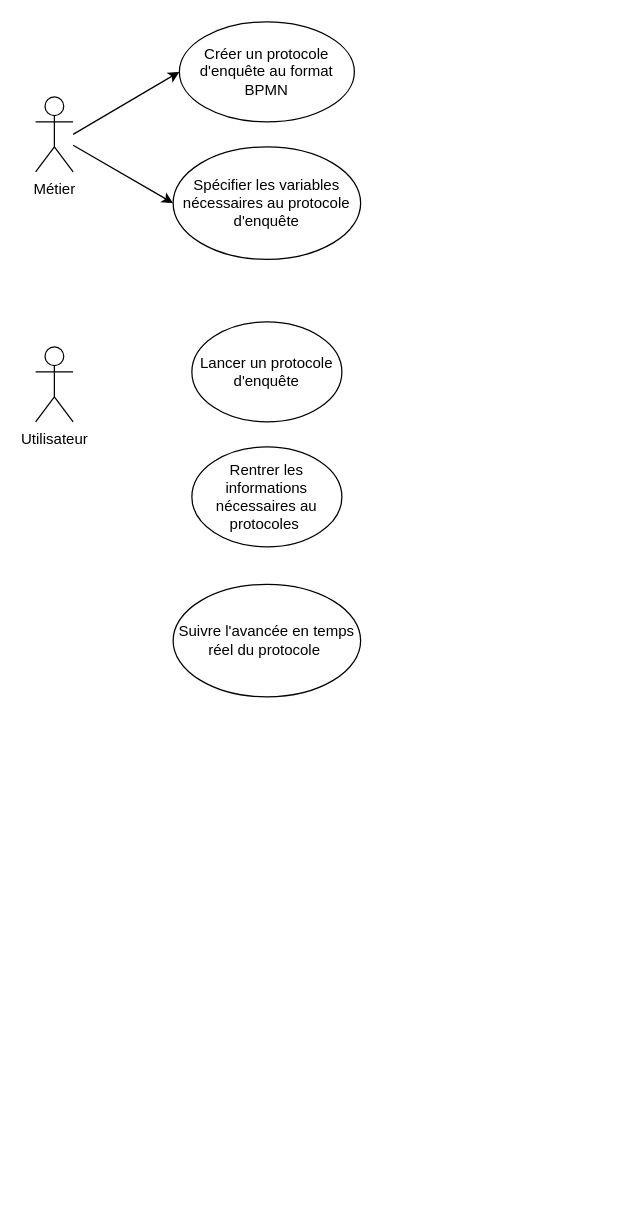
The draw.io diagram Untitled Diagram.drawio in MailineN/CrabeColemanAnnuaireDiagrams, before the edit. Source tidied: cells renumbered, new cells numbered last; positions are measured from the earlier drawing's top-left corner, leaving out a move shared by most shapes. Both pictures are drawn from the tidied source at 125%, with x=0, y=0 at pixel (35, 21).
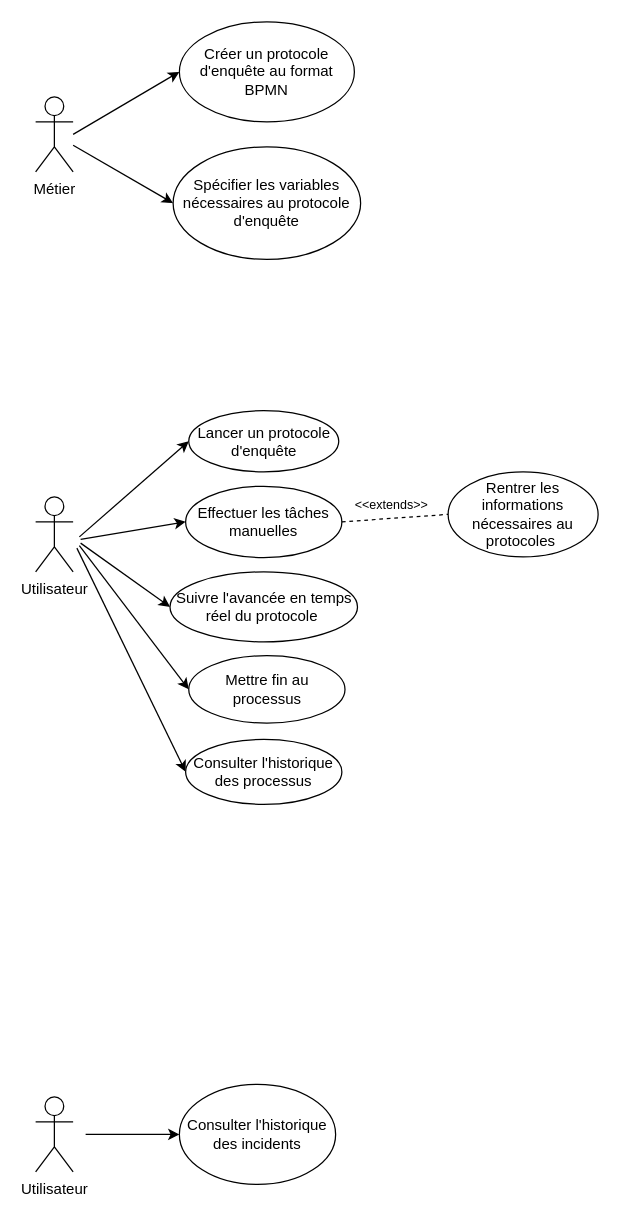
The same page after the edit.

Change to the diagram source:
```diff
@@
     <mxCell id="7" value="Utilisateur" style="shape=umlActor;verticalLabelPosition=bottom;verticalAlign=top;html=1;" parent="1" vertex="1">
-      <mxGeometry y="260" width="30" height="60" as="geometry" />
+      <mxGeometry y="380" width="30" height="60" as="geometry" />
     </mxCell>
     <mxCell id="8" value="Lancer un protocole d'enquête" style="ellipse;whiteSpace=wrap;html=1;" parent="1" vertex="1">
-      <mxGeometry x="125" y="240" width="120" height="80" as="geometry" />
+      <mxGeometry x="122.5" y="311" width="120" height="49" as="geometry" />
     </mxCell>
     <mxCell id="9" value="Rentrer les informations nécessaires au protocoles&amp;nbsp;" style="ellipse;whiteSpace=wrap;html=1;" parent="1" vertex="1">
-      <mxGeometry x="125" y="340" width="120" height="80" as="geometry" />
+      <mxGeometry x="330" y="360" width="120" height="68" as="geometry" />
     </mxCell>
     <mxCell id="10" value="Suivre l'avancée en temps réel du protocole&amp;nbsp;" style="ellipse;whiteSpace=wrap;html=1;" parent="1" vertex="1">
-      <mxGeometry x="110" y="450" width="150" height="90" as="geometry" />
+      <mxGeometry x="107.5" y="440" width="150" height="56" as="geometry" />
     </mxCell>
+    <mxCell id="11" value="Effectuer les tâches manuelles" style="ellipse;whiteSpace=wrap;html=1;" parent="1" vertex="1">
+      <mxGeometry x="120" y="371.5" width="125" height="57" as="geometry" />
+    </mxCell>
+    <mxCell id="12" value="Mettre fin au processus" style="ellipse;whiteSpace=wrap;html=1;" parent="1" vertex="1">
+      <mxGeometry x="122.5" y="507" width="125" height="54" as="geometry" />
+    </mxCell>
+    <mxCell id="13" value="Consulter l'historique des processus" style="ellipse;whiteSpace=wrap;html=1;" parent="1" vertex="1">
+      <mxGeometry x="120" y="574" width="125" height="52" as="geometry" />
+    </mxCell>
+    <mxCell id="14" style="endArrow=classic;html=1;rounded=0;entryX=0;entryY=0.5;entryDx=0;entryDy=0;" parent="1" edge="1" target="8">
+      <mxGeometry relative="1" as="geometry">
+        <mxPoint x="35" y="412" as="sourcePoint" />
+      </mxGeometry>
+    </mxCell>
+    <mxCell id="15" style="endArrow=classic;html=1;rounded=0;entryX=0;entryY=0.5;entryDx=0;entryDy=0;" parent="1" edge="1" target="10">
+      <mxGeometry relative="1" as="geometry">
+        <mxPoint x="36" y="417" as="sourcePoint" />
+      </mxGeometry>
+    </mxCell>
+    <mxCell id="16" style="endArrow=classic;html=1;rounded=0;entryX=0;entryY=0.5;entryDx=0;entryDy=0;" parent="1" edge="1" target="12">
+      <mxGeometry relative="1" as="geometry">
+        <mxPoint x="35" y="419" as="sourcePoint" />
+      </mxGeometry>
+    </mxCell>
+    <mxCell id="17" style="endArrow=classic;html=1;rounded=0;entryX=0;entryY=0.5;entryDx=0;entryDy=0;" parent="1" edge="1" target="13">
+      <mxGeometry relative="1" as="geometry">
+        <mxPoint x="33" y="421" as="sourcePoint" />
+      </mxGeometry>
+    </mxCell>
+    <mxCell id="18" style="endArrow=classic;html=1;rounded=0;entryX=0;entryY=0.5;entryDx=0;entryDy=0;" parent="1" edge="1" target="11">
+      <mxGeometry relative="1" as="geometry">
+        <mxPoint x="36" y="414" as="sourcePoint" />
+      </mxGeometry>
+    </mxCell>
+    <mxCell id="19" style="endArrow=none;dashed=1;html=1;rounded=0;entryX=0;entryY=0.5;entryDx=0;entryDy=0;exitX=1;exitY=0.5;exitDx=0;exitDy=0;" parent="1" edge="1" source="11" target="9">
+      <mxGeometry relative="1" as="geometry" />
+    </mxCell>
+    <mxCell id="20" value="Utilisateur" style="shape=umlActor;verticalLabelPosition=bottom;verticalAlign=top;html=1;" parent="1" vertex="1">
+      <mxGeometry y="860" width="30" height="60" as="geometry" />
+    </mxCell>
+    <mxCell id="21" value="Consulter l'historique des incidents" style="ellipse;whiteSpace=wrap;html=1;" parent="1" vertex="1">
+      <mxGeometry x="115" y="850" width="125" height="80" as="geometry" />
+    </mxCell>
+    <mxCell id="22" style="endArrow=classic;html=1;rounded=0;entryX=0;entryY=0.5;entryDx=0;entryDy=0;" parent="1" edge="1" target="21">
+      <mxGeometry relative="1" as="geometry">
+        <mxPoint x="40" y="890" as="sourcePoint" />
+      </mxGeometry>
+    </mxCell>
+    <mxCell id="23" value="&lt;font style=&quot;font-size: 10px&quot;&gt;&amp;lt;&amp;lt;extends&amp;gt;&amp;gt;&lt;/font&gt;" style="text;html=1;strokeColor=none;fillColor=none;align=center;verticalAlign=middle;whiteSpace=wrap;rounded=0;" parent="1" vertex="1">
+      <mxGeometry x="255" y="371" width="60" height="30" as="geometry" />
+    </mxCell>
```
